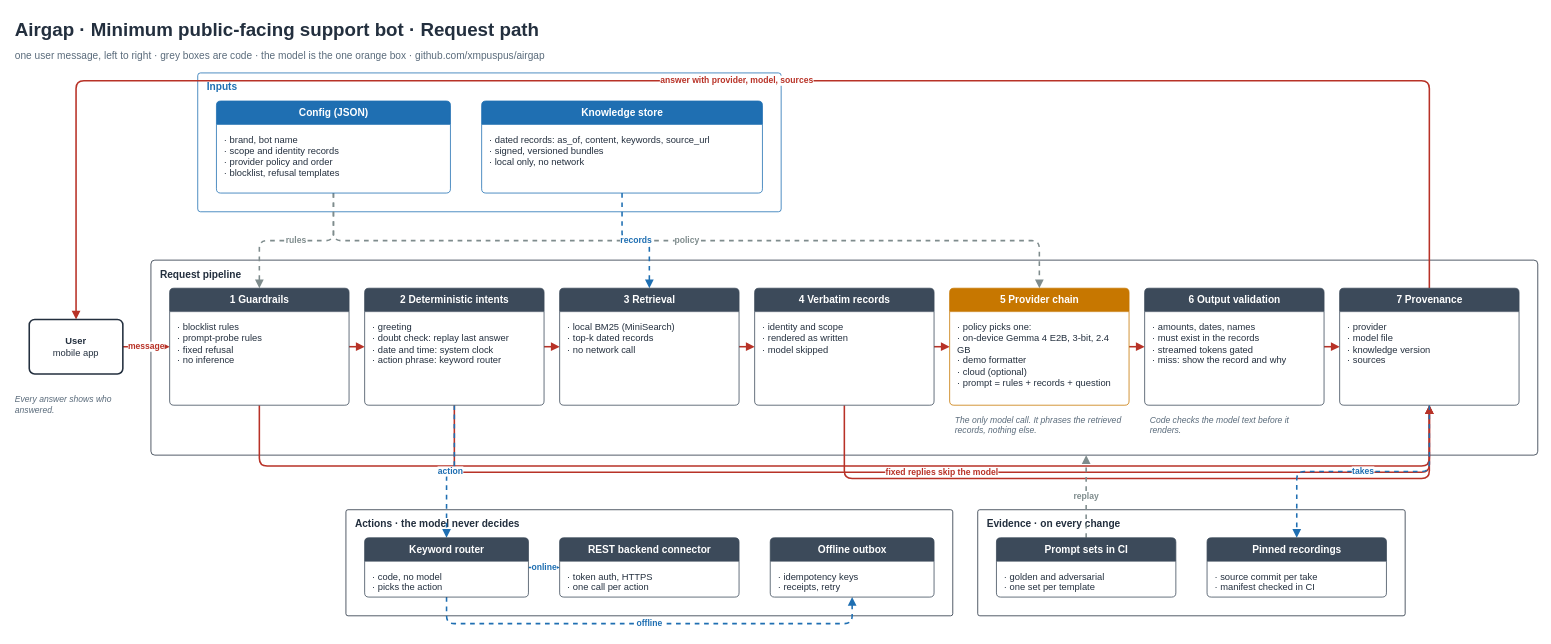
Above: docs/diagrams/minimum-support-bot.drawio in xmpuspus/airgap (draw.io), before the change. Source tidied: cells renumbered, new cells numbered last; positions are measured from the earlier drawing's top-left corner, leaving out a move shared by most shapes. Both pictures are drawn from the tidied source at 78%, with x=0, y=0 at pixel (13, 13).
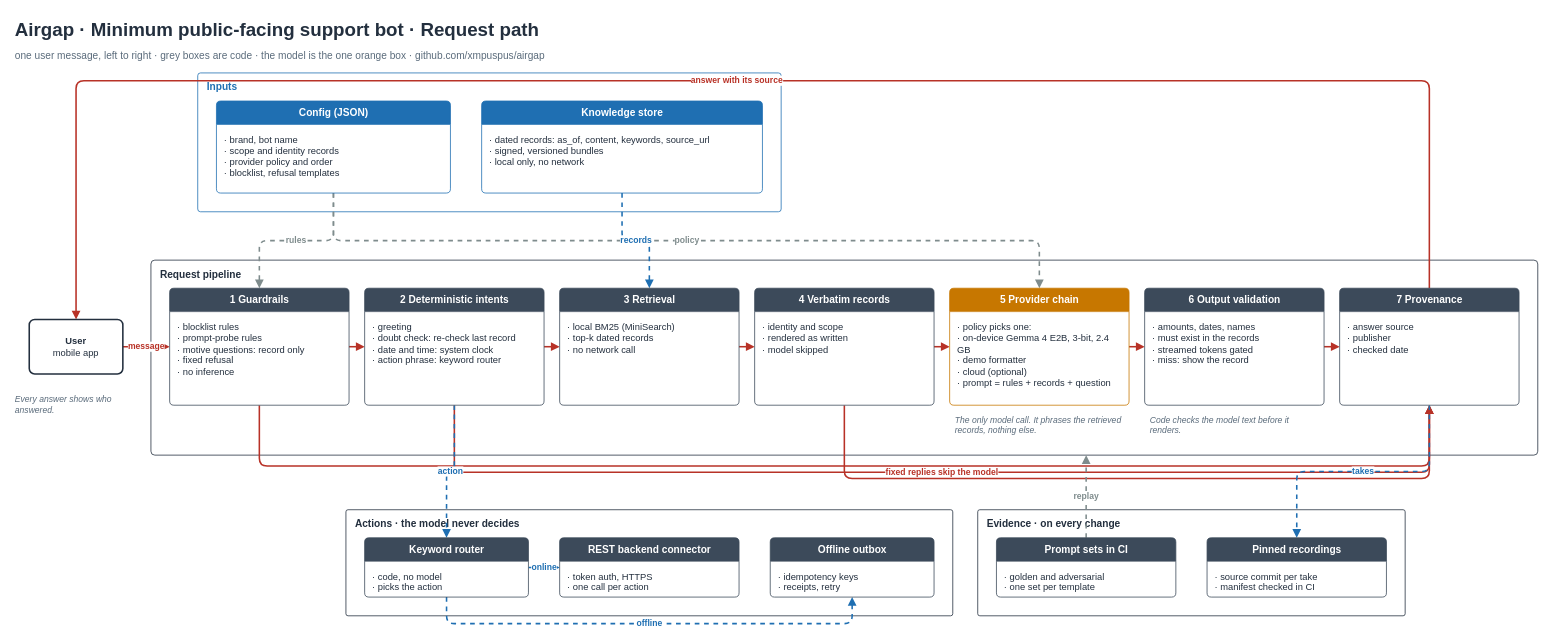
The same diagram, later.

Commit message (it also covers changes not shown here):
Match the request path diagram to the demo-ready app

The provenance box shows the answer source, publisher and checked date.
A validation miss shows the record. The doubt check re-checks the last
record, and the guardrails box adds the motive-question rule.

Unchanged cells that the change refers to:
```xml
<mxCell id="31" value="&lt;b&gt;User&lt;/b&gt;&lt;br&gt;mobile app" style="rounded=1;arcSize=10;whiteSpace=wrap;html=1;fillColor=#FFFFFF;strokeColor=#232F3E;strokeWidth=2;fontSize=12;fontColor=#232F3E;align=center;verticalAlign=middle;spacingLeft=6;spacingRight=6;" parent="1" vertex="1">
  <mxGeometry x="20" y="392" width="120" height="70" as="geometry" />
</mxCell>
<mxCell id="44" value="7 Provenance" style="swimlane;html=1;startSize=30;rounded=1;arcSize=6;fontStyle=1;fontSize=13;fontColor=#FFFFFF;fillColor=#3C4A5A;strokeColor=#3C4A5A;swimlaneFillColor=#FFFFFF;align=center;" parent="1" vertex="1">
  <mxGeometry x="1700" y="352" width="230" height="150" as="geometry" />
</mxCell>
```

The edit, as a diff of the source:
```diff
@@
-    <mxCell id="13" value="answer with provider, model, sources" style="edgeStyle=orthogonalEdgeStyle;rounded=1;html=1;endArrow=block;endFill=1;strokeColor=#B83227;strokeWidth=2;dashed=0;fontSize=11;fontStyle=1;fontColor=#B83227;labelBackgroundColor=#FFFFFF;exitX=0.5;exitY=0;exitDx=0;exitDy=0;entryX=0.5;entryY=0;entryDx=0;entryDy=0;" parent="1" edge="1" source="44" target="31">
+    <mxCell id="13" value="answer with its source" style="edgeStyle=orthogonalEdgeStyle;rounded=1;html=1;endArrow=block;endFill=1;strokeColor=#B83227;strokeWidth=2;dashed=0;fontSize=11;fontStyle=1;fontColor=#B83227;labelBackgroundColor=#FFFFFF;exitX=0.5;exitY=0;exitDx=0;exitDy=0;entryX=0.5;entryY=0;entryDx=0;entryDy=0;" parent="1" edge="1" source="44" target="31">
       <mxGeometry relative="1" as="geometry">
         <Array as="points">
           <mxPoint x="1815" y="86" />
           <mxPoint x="80" y="86" />
         </Array>
       </mxGeometry>
     </mxCell>
@@
-    <mxCell id="33" value="· blocklist rules&lt;br&gt;· prompt-probe rules&lt;br&gt;· fixed refusal&lt;br&gt;· no inference" style="text;html=1;whiteSpace=wrap;fontSize=12;fontStyle=0;fontColor=#232F3E;align=left;verticalAlign=top;" parent="1" vertex="1">
+    <mxCell id="33" value="· blocklist rules&lt;br&gt;· prompt-probe rules&lt;br&gt;· motive questions: record only&lt;br&gt;· fixed refusal&lt;br&gt;· no inference" style="text;html=1;whiteSpace=wrap;fontSize=12;fontStyle=0;fontColor=#232F3E;align=left;verticalAlign=top;" parent="1" vertex="1">
       <mxGeometry x="208" y="388" width="214" height="110" as="geometry" />
     </mxCell>
@@
-    <mxCell id="35" value="· greeting&lt;br&gt;· doubt check: replay last answer&lt;br&gt;· date and time: system clock&lt;br&gt;· action phrase: keyword router" style="text;html=1;whiteSpace=wrap;fontSize=12;fontStyle=0;fontColor=#232F3E;align=left;verticalAlign=top;" parent="1" vertex="1">
+    <mxCell id="35" value="· greeting&lt;br&gt;· doubt check: re-check last record&lt;br&gt;· date and time: system clock&lt;br&gt;· action phrase: keyword router" style="text;html=1;whiteSpace=wrap;fontSize=12;fontStyle=0;fontColor=#232F3E;align=left;verticalAlign=top;" parent="1" vertex="1">
       <mxGeometry x="458" y="388" width="214" height="110" as="geometry" />
     </mxCell>
@@
-    <mxCell id="43" value="· amounts, dates, names&lt;br&gt;· must exist in the records&lt;br&gt;· streamed tokens gated&lt;br&gt;· miss: show the record and why" style="text;html=1;whiteSpace=wrap;fontSize=12;fontStyle=0;fontColor=#232F3E;align=left;verticalAlign=top;" parent="1" vertex="1">
+    <mxCell id="43" value="· amounts, dates, names&lt;br&gt;· must exist in the records&lt;br&gt;· streamed tokens gated&lt;br&gt;· miss: show the record" style="text;html=1;whiteSpace=wrap;fontSize=12;fontStyle=0;fontColor=#232F3E;align=left;verticalAlign=top;" parent="1" vertex="1">
       <mxGeometry x="1458" y="388" width="214" height="110" as="geometry" />
     </mxCell>
@@
-    <mxCell id="45" value="· provider&lt;br&gt;· model file&lt;br&gt;· knowledge version&lt;br&gt;· sources" style="text;html=1;whiteSpace=wrap;fontSize=12;fontStyle=0;fontColor=#232F3E;align=left;verticalAlign=top;" parent="1" vertex="1">
+    <mxCell id="45" value="· answer source&lt;br&gt;· publisher&lt;br&gt;· checked date" style="text;html=1;whiteSpace=wrap;fontSize=12;fontStyle=0;fontColor=#232F3E;align=left;verticalAlign=top;" parent="1" vertex="1">
       <mxGeometry x="1708" y="388" width="214" height="110" as="geometry" />
     </mxCell>
```
